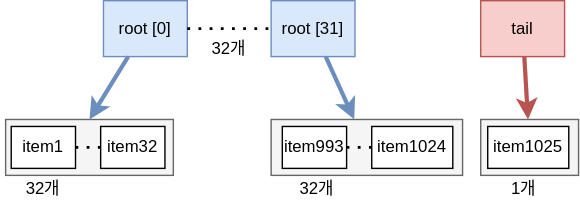
Earlier version of the draw.io export _wiki/clojure/study/vector/vector-1025-tree.svg (johngrib/johngrib.github.io). Source tidied: cells renumbered, new cells last; positions are measured from the earlier drawing's top-left corner, leaving out a move shared by most shapes. Source of this version:
```xml
<mxGraphModel>
  <root>
    <mxCell id="0" />
    <mxCell id="1" parent="0" />
    <mxCell id="2" style="rounded=0;whiteSpace=wrap;html=1;fillColor=#f5f5f5;fontColor=#333333;strokeColor=#666666;" parent="1" vertex="1">
      <mxGeometry x="193" y="85" width="137" height="40" as="geometry" />
    </mxCell>
    <mxCell id="3" style="rounded=0;whiteSpace=wrap;html=1;fillColor=#f5f5f5;fontColor=#333333;strokeColor=#666666;" parent="1" vertex="1">
      <mxGeometry x="3" y="85" width="120" height="40" as="geometry" />
    </mxCell>
    <mxCell id="4" value="root [0]" style="rounded=0;whiteSpace=wrap;html=1;fillColor=#dae8fc;strokeColor=#6c8ebf;" parent="1" vertex="1">
      <mxGeometry x="73" width="60" height="40" as="geometry" />
    </mxCell>
    <mxCell id="5" value="item1" style="rounded=0;whiteSpace=wrap;html=1;" parent="1" vertex="1">
      <mxGeometry x="7" y="90" width="46" height="30" as="geometry" />
    </mxCell>
    <mxCell id="6" value="tail" style="rounded=0;whiteSpace=wrap;html=1;fillColor=#f8cecc;strokeColor=#b85450;" parent="1" vertex="1">
      <mxGeometry x="343" width="60" height="40" as="geometry" />
    </mxCell>
    <mxCell id="7" value="item32" style="rounded=0;whiteSpace=wrap;html=1;" parent="1" vertex="1">
      <mxGeometry x="71" y="90" width="46" height="30" as="geometry" />
    </mxCell>
    <mxCell id="8" style="endArrow=none;dashed=1;html=1;dashPattern=1 3;strokeWidth=2;rounded=0;" parent="1" edge="1" source="7" target="5">
      <mxGeometry relative="1" as="geometry" />
    </mxCell>
    <mxCell id="9" style="endArrow=classic;html=1;rounded=0;strokeWidth=3;fillColor=#f8cecc;strokeColor=#b85450;" parent="1" edge="1" source="6" target="17">
      <mxGeometry relative="1" as="geometry" />
    </mxCell>
    <mxCell id="10" value="root [31]" style="rounded=0;whiteSpace=wrap;html=1;fillColor=#dae8fc;strokeColor=#6c8ebf;" parent="1" vertex="1">
      <mxGeometry x="193" width="60" height="40" as="geometry" />
    </mxCell>
    <mxCell id="11" value="item993" style="rounded=0;whiteSpace=wrap;html=1;" parent="1" vertex="1">
      <mxGeometry x="201" y="90" width="46" height="30" as="geometry" />
    </mxCell>
    <mxCell id="12" value="item1024" style="rounded=0;whiteSpace=wrap;html=1;" parent="1" vertex="1">
      <mxGeometry x="265" y="90" width="58" height="30" as="geometry" />
    </mxCell>
    <mxCell id="13" style="endArrow=none;dashed=1;html=1;dashPattern=1 3;strokeWidth=2;rounded=0;startArrow=none;" parent="1" edge="1" source="12" target="11">
      <mxGeometry relative="1" as="geometry" />
    </mxCell>
    <mxCell id="14" style="endArrow=classic;html=1;rounded=0;strokeWidth=3;fillColor=#dae8fc;strokeColor=#6c8ebf;entryX=0.5;entryY=0;entryDx=0;entryDy=0;" parent="1" edge="1" source="4" target="3">
      <mxGeometry relative="1" as="geometry" />
    </mxCell>
    <mxCell id="15" style="endArrow=classic;html=1;rounded=0;strokeWidth=3;fillColor=#dae8fc;strokeColor=#6c8ebf;" parent="1" edge="1" source="10" target="2">
      <mxGeometry relative="1" as="geometry" />
    </mxCell>
    <mxCell id="16" style="endArrow=none;dashed=1;html=1;dashPattern=1 3;strokeWidth=2;rounded=0;" parent="1" edge="1" source="4" target="10">
      <mxGeometry relative="1" as="geometry" />
    </mxCell>
    <mxCell id="17" style="rounded=0;whiteSpace=wrap;html=1;fillColor=#f5f5f5;fontColor=#333333;strokeColor=#666666;" parent="1" vertex="1">
      <mxGeometry x="343" y="85" width="70" height="40" as="geometry" />
    </mxCell>
    <mxCell id="18" value="item1025" style="rounded=0;whiteSpace=wrap;html=1;" parent="1" vertex="1">
      <mxGeometry x="348" y="90" width="58" height="30" as="geometry" />
    </mxCell>
    <mxCell id="19" value="32개" style="text;html=1;strokeColor=none;fillColor=none;align=center;verticalAlign=middle;whiteSpace=wrap;rounded=0;" parent="1" vertex="1">
      <mxGeometry y="120" width="60" height="30" as="geometry" />
    </mxCell>
    <mxCell id="20" value="32개" style="text;html=1;strokeColor=none;fillColor=none;align=center;verticalAlign=middle;whiteSpace=wrap;rounded=0;" parent="1" vertex="1">
      <mxGeometry x="196" y="120" width="60" height="30" as="geometry" />
    </mxCell>
    <mxCell id="21" value="1개" style="text;html=1;strokeColor=none;fillColor=none;align=center;verticalAlign=middle;whiteSpace=wrap;rounded=0;" parent="1" vertex="1">
      <mxGeometry x="344" y="120" width="60" height="30" as="geometry" />
    </mxCell>
    <mxCell id="22" value="32개" style="text;html=1;strokeColor=none;fillColor=none;align=center;verticalAlign=middle;whiteSpace=wrap;rounded=0;" parent="1" vertex="1">
      <mxGeometry x="133" y="20" width="60" height="30" as="geometry" />
    </mxCell>
  </root>
</mxGraphModel>
```
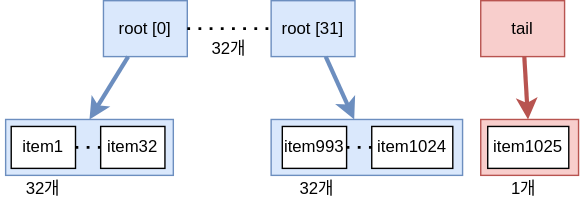
After the change.

Change to the diagram source:
```diff
@@ -2,10 +2,10 @@
   <root>
     <mxCell id="0" />
     <mxCell id="1" parent="0" />
-    <mxCell id="2" style="rounded=0;whiteSpace=wrap;html=1;fillColor=#f5f5f5;fontColor=#333333;strokeColor=#666666;" parent="1" vertex="1">
+    <mxCell id="2" style="rounded=0;whiteSpace=wrap;html=1;fillColor=#dae8fc;strokeColor=#6c8ebf;" parent="1" vertex="1">
       <mxGeometry x="193" y="85" width="137" height="40" as="geometry" />
     </mxCell>
-    <mxCell id="3" style="rounded=0;whiteSpace=wrap;html=1;fillColor=#f5f5f5;fontColor=#333333;strokeColor=#666666;" parent="1" vertex="1">
+    <mxCell id="3" style="rounded=0;whiteSpace=wrap;html=1;fillColor=#dae8fc;strokeColor=#6c8ebf;" parent="1" vertex="1">
       <mxGeometry x="3" y="85" width="120" height="40" as="geometry" />
     </mxCell>
     <mxCell id="4" value="root [0]" style="rounded=0;whiteSpace=wrap;html=1;fillColor=#dae8fc;strokeColor=#6c8ebf;" parent="1" vertex="1">
@@ -47,7 +47,7 @@
     <mxCell id="16" style="endArrow=none;dashed=1;html=1;dashPattern=1 3;strokeWidth=2;rounded=0;" parent="1" edge="1" source="4" target="10">
       <mxGeometry relative="1" as="geometry" />
     </mxCell>
-    <mxCell id="17" style="rounded=0;whiteSpace=wrap;html=1;fillColor=#f5f5f5;fontColor=#333333;strokeColor=#666666;" parent="1" vertex="1">
+    <mxCell id="17" style="rounded=0;whiteSpace=wrap;html=1;fillColor=#f8cecc;strokeColor=#b85450;" parent="1" vertex="1">
       <mxGeometry x="343" y="85" width="70" height="40" as="geometry" />
     </mxCell>
     <mxCell id="18" value="item1025" style="rounded=0;whiteSpace=wrap;html=1;" parent="1" vertex="1">
```
